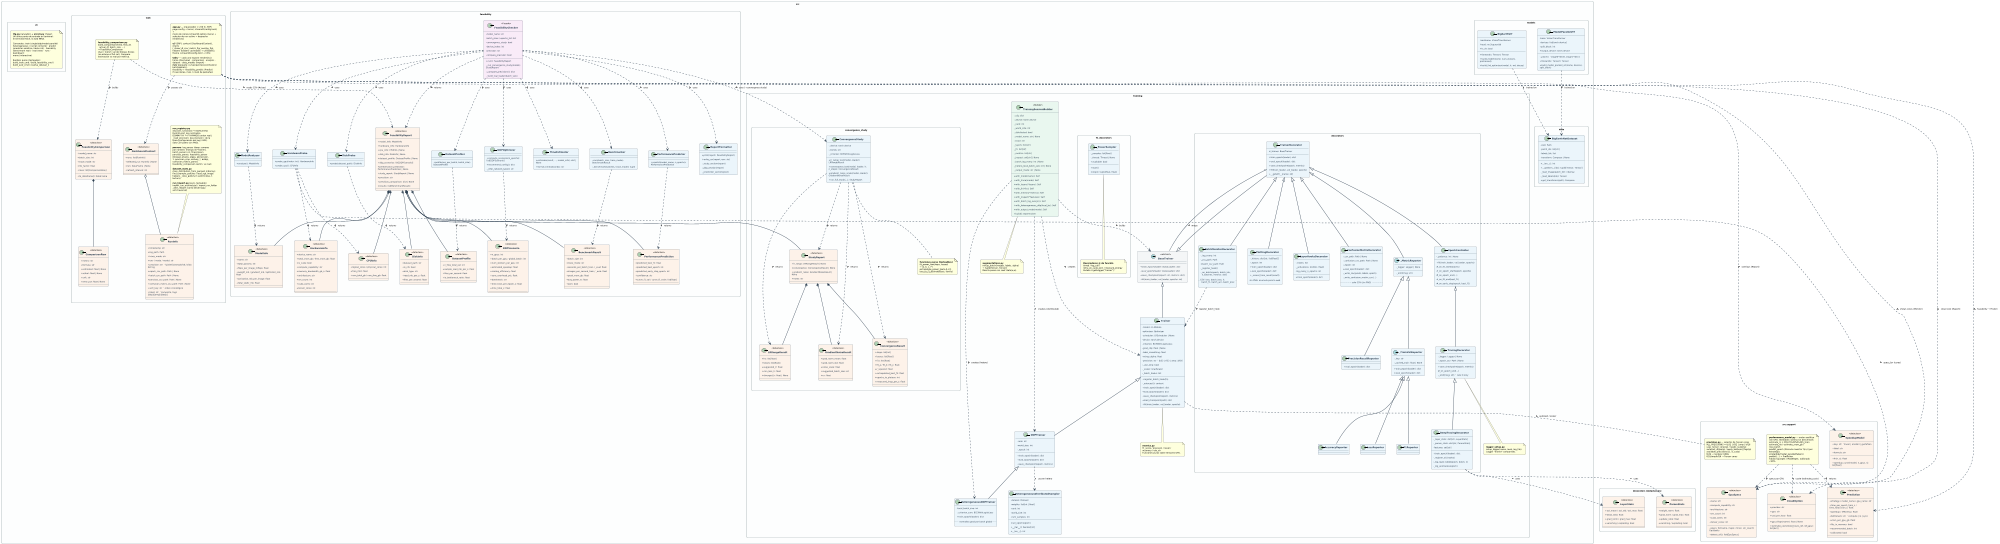
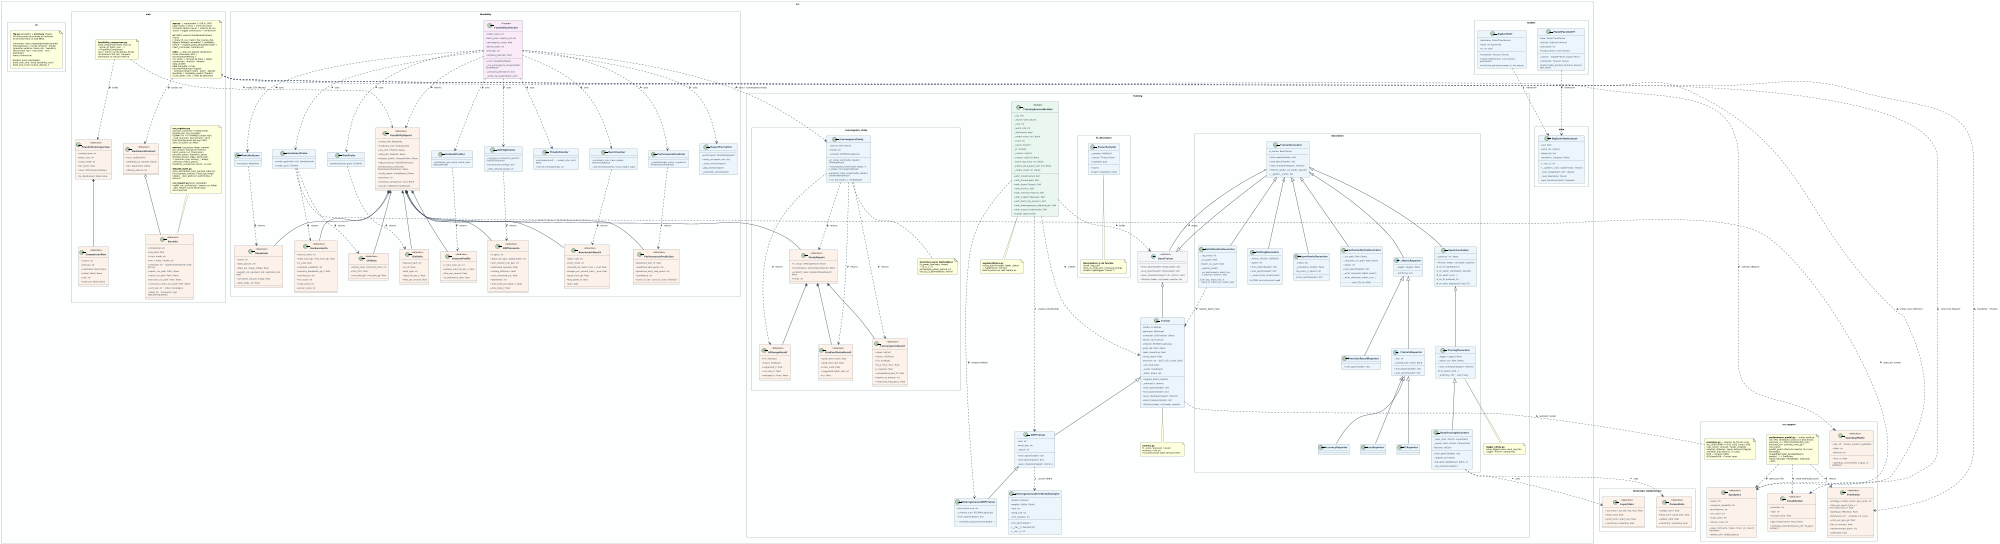
@startuml class_diagram
scale 2000 width
skinparam backgroundColor #FFFFFF
skinparam monochrome false
skinparam classAttributeIconSize 0
skinparam defaultFontName "DejaVu Sans"
skinparam defaultFontSize 9
skinparam classFontStyle bold
skinparam classFontSize 10
skinparam classHeaderBackgroundColor #1A5276
skinparam classBorderColor #2C3E50
skinparam classBackgroundColor #EBF5FB
skinparam arrowColor #2C3E50
skinparam arrowThickness 1.5
skinparam roundCorner 8
skinparam padding 4
skinparam nodesep 50
skinparam ranksep 55
skinparam wrapWidth 200
skinparam packageStyle rectangle
skinparam packageBorderColor #95A5A6
skinparam packageBackgroundColor #FDFEFE

' ════════════════════════════════════════════════════════════════
' PACKAGE: src.training
' ════════════════════════════════════════════════════════════════
package "src.training" #FDFEFE {

  abstract class BaseTrainer <<abstract>> {
    {abstract} + train_epoch(loader: DataLoader): dict
    {abstract} + eval_epoch(loader: DataLoader): dict
    {abstract} + save_checkpoint(epoch: int, metrics: dict)
    {abstract} + fit(train_loader, val_loader, epochs: int)
  }

  class Trainer {
    - model: nn.Module
    - optimizer: Optimizer
    - scheduler: LRScheduler | None
    - device: torch.device
    - criterion: BCEWithLogitsLoss
    - grad_clip: float | None
    - label_smoothing: float
    - mixup_alpha: float
    - precision: str  ' fp32 | tf32 | amp | bf16
    - _use_amp: bool
    - _scaler: GradScaler
    - _batch_hooks: list
    + register_batch_hook(fn)
    - _autocast(): context
    + train_epoch(loader): dict
    + eval_epoch(loader): dict
    + save_checkpoint(epoch, metrics)
    + load_checkpoint(path): dict
    + fit(train_loader, val_loader, epochs)
  }

  class DDPTrainer {
    - rank: int
    - world_size: int
    - _epoch: int
    ' precision reenviada a Trainer
    + train_epoch(loader): dict
    + eval_epoch(loader): dict
    + save_checkpoint(epoch, metrics)
  }

  class HeterogeneousDDPTrainer {
    - local_batch_size: int
    - _criterion_sum: BCEWithLogitsLoss
    + train_epoch(loader): dict
    .. normaliza grad por batch global ..
  }

  class TrainingSessionBuilder <<Builder>> {
    - _cfg: dict
    - _device: torch.device
    - _rank: int
    - _world_size: int
    - _distributed: bool
    - _model_name: str | None
    - _trace: str
    - _layers: list[str]
    - _fn: list[str]
    - _metrics: list[str]
    - _inspect: set[str] | None
    - _batch_log_every: int | None
    - _hetero_local_batch_size: int | None
    - _output_mode: str | None
    + with_model(name): Self
    + with_trace(mode): Self
    + with_layers(*layers): Self
    + with_fn(*fns): Self
    + with_metrics(*metrics): Self
    + with_inspect(*features): Self
    + with_batch_log_every(n): Self
    + with_heterogeneous_ddp(local_bs): Self
    + with_output_mode(mode): Self
    + build(): BaseTrainer
  }

  class HeterogeneousDistributedSampler {
    - dataset: Dataset
    - weights: list[int | float]
    - rank: int
    - world_size: int
    - num_samples: int
    + set_epoch(epoch)
    + __iter__(): Iterator[int]
    + __len__(): int
  }

  note as aug_note
    **augmentations.py**
    mixup_batch(images, labels, alpha)
    → tuple[Tensor, Tensor]
    Mezcla pares con coef. Beta(α,α).
  end note

  note as metrics_note
    **metrics.py**
    f1_score / precision / recall /
    accuracy / eta_str
    Funciones puras sobre tensores GPU.
  end note

  note as logger_note
    **logger_setup.py**
    setup_logger(name, level, log_file)
    Logger "trainer" compartido.
  end note

}

' ════════════════════════════════════════════════════════════════
' PACKAGE: src.training.convergence_study  (estudio empírico v4)
' ════════════════════════════════════════════════════════════════
package "src.training.convergence_study" #FDFEFE {

  class ConvergenceStudy {
    - _device: torch.device
    - _family: str
    - _criterion: BCEWithLogitsLoss
    + lr_range_test(model, loader): LRRangeResult
    + convergence_test(model, loader, lr, n_steps): ConvergenceResult
    + gradient_noise_scale(model, loader): GradientNoiseResult
    + run_full_study(...): StudyReport
  }

  class LRRangeResult <<dataclass>> {
    + lrs: list[float]
    + losses: list[float]
    + suggested_lr: float
    + min_loss_lr: float
    + diverged_lr: float | None
  }

  class ConvergenceResult <<dataclass>> {
    + steps: list[int]
    + losses: list[float]
    + f1s: list[float]
    + fit_a / fit_b / fit_c: float
    + r_squared: float
    + extrapolated_best_f1: float
    + epochs_to_plateau: int
    + measured_imgs_per_s: float
  }

  class GradientNoiseResult <<dataclass>> {
    + grad_norm_mean: float
    + grad_norm_std: float
    + noise_scale: float
    + suggested_batch_size: int
    + cv: float
  }

  class StudyReport <<dataclass>> {
    + lr_range: LRRangeResult | None
    + convergence: ConvergenceResult | None
    + gradient_noise: GradientNoiseResult | None
    + notes: str
  }

  note as fit_note
    **funciones puras (testeables)**
    fit_power_law(steps, losses)
    → (a, b, c, r²)
    extrapolate_power_law(a,b,c,t)
    loss_to_f1_estimate(loss, family)
  end note

}

' ════════════════════════════════════════════════════════════════
' PACKAGE: src.training.decorators
' ════════════════════════════════════════════════════════════════
package "src.training.decorators" #FDFEFE {

  class TrainerDecorator {
    # _trainer: BaseTrainer
    + train_epoch(loader): dict
    + eval_epoch(loader): dict
    + save_checkpoint(epoch, metrics)
    + fit(train_loader, val_loader, epochs)
    + __getattr__(name: str)
  }

  class EpochController {
    - _patience: int | None
    + fit(train_loader, val_loader, epochs)
    # _on_fit_start(epochs)
    # _on_epoch_start(epoch, epochs)
    # _on_epoch_end(...)
    # _on_fit_end(best_f1)
    # _on_early_stop(epoch, best_f1)
  }

  class TracingDecorator {
    - _logger: Logger | None
    - _epoch_csv: Path | None
    + save_checkpoint(epoch, metrics)
    # _on_epoch_end(...)
    - _emit(msg: str)  ' rank 0 only
  }

  class DeepTracingDecorator {
    - _layer_stats: dict[str, LayerStats]
    - _param_stats: dict[str, ParamStats]
    - features: set[str]
    + train_epoch(loader): dict
    - _register_all_hooks()
    - _log_layer_table(epoch, batch, n)
    - _log_anomalies(epoch)
  }

  class PlottingDecorator {
    - _history: dict[str, list[float]]
    - _epoch: int
    + train_epoch(loader): dict
    + eval_epoch(loader): dict
    + _record_train_result(result)
    .. sin PNG: acumula para la web ..
  }

  class LayerHooksDecorator {
    - _hooks: list
    - _activations: dict[str, float]
    - log_every_n_epochs: int
    + train_epoch(loader): dict
  }

  class ConfusionMatrixDecorator {
    - _csv_path: Path | None
    - _confusion_csv_path: Path | None
    - _epoch: int
    + eval_epoch(loader): dict
    - _write_csv(preds, labels, epoch)
    - _write_confusion_matrix_csv(...)
    .. solo CSV (sin PNG) ..
  }

  class BatchMonitorDecorator {
    - _log_every: int
    - _csv_path: Path
    + batch_csv_path: Path
    - _register_hook()
    - _on_batch(epoch, batch_idx,\n  n_batches, metrics: dict)
    .. CSV: loss, batch_loss, lr,\n  batch_f1, batch_acc, batch_prec ..
  }

  abstract class _MetricReporter {
    - _logger: Logger | None
    - _emit(msg: str)
  }

  abstract class _TrainValReporter {
    - _key: str
    - _cached_train: float | None
    + train_epoch(loader): dict
    + eval_epoch(loader): dict
  }

  class LossReporter
  class F1Reporter
  class AccuracyReporter
  class PrecisionRecallReporter {
    + eval_epoch(loader): dict
  }

}

' ════════════════════════════════════════════════════════════════
' PACKAGE: src.training.decorators — dataclasses internas
' ════════════════════════════════════════════════════════════════
package "decorators (dataclasses)" #FDFEFE {

  class LayerStats <<dataclass>> {
    + act_mean / act_std / act_max: float
    + dead_ratio: float
    + grad_norm / grad_max: float
    + vanishing / exploding: bool
  }

  class ParamStats <<dataclass>> {
    + weight_norm: float
    + grad_norm / grad_max: float
    + update_ratio: float
    + vanishing / exploding: bool
  }

}

' ════════════════════════════════════════════════════════════════
' PACKAGE: src.training.fn_decorators
' ════════════════════════════════════════════════════════════════
package "src.training.fn_decorators" #FDFEFE {

  class _PowerSampler {
    - _samples: list[float]
    - _thread: Thread | None
    + available: bool
    + start()
    + stop(): tuple[float, float]
  }

  note as fn_note
    **Decoradores @ de función**
    timed / log_call /
    retry_on_cuda_oom / measure_energy
    Rutean a getLogger("trainer").
  end note

  _PowerSampler .. fn_note

}

' ════════════════════════════════════════════════════════════════
' PACKAGE: src.models / src.data
' ════════════════════════════════════════════════════════════════
package "src.models" #FDFEFE {
  class BigEarthViT {
    - backbone: VisionTransformer
    - head: nn.Sequential
    + is_vit: bool
    + forward(x: Tensor): Tensor
    + build_model(name, num_classes, pretrained)
    + build_llrd_optimizer(model, lr, wd, decay)
  }

  class ModelParallelViT {
    ' paralelismo de modelo (pipeline naive)
    - base: VisionTransformer
    - devices: list[torch.device]
    - split_block: int
    + output_device: torch.device
    - _place()  ' stage0→dev0, stage1→dev1
    + forward(x: Tensor): Tensor
    + build_model_parallel_vit(name, devices, split_block)
  }
}

' ════════════════════════════════════════════════════════════════
' PACKAGE: src (módulos de soporte — feasibility/web)
' ════════════════════════════════════════════════════════════════
package "src.support" as support #FDFEFE {

  class GpuSpecs <<dataclass>> {
    + name: str
    + compute_capability: str
    + architecture: str
    + sm_count: int
    + cuda_cores: int
    + tensor_cores: int
    + specs_for(name, major, minor, sm_count): GpuSpecs
    + detect_all(): list[GpuSpecs]
  }

  class SpeedupModel <<dataclass>> {
    + key: str  ' linear | amdahl | gustafson
    + label: str
    + formula: str
    + fn(n, s): float
    + speedup_curve(model, n_gpus, s): list[float]
  }

  class CloudOption <<dataclass>> {
    + provider: str
    + gpu: str
    + usd_per_hour: float
    + gpu_tflops(name): float | None
    + estimate_costs(total_hours_ref, ref_gpu): list[dict]
  }

  class Prediction <<dataclass>> {
    ' src.performance_model — predictor analítico
    + strategy / model_name / gpu_name: str
    + time_per_epoch_train_s / time_total_train_s: float
    + speedup / efficiency: float
    + bottleneck: str  ' compute | io | sync
    + vram_per_gpu_gb: float
    + fits_in_memory: bool
    + recommended_batch: int
    + calibrated: bool
  }

  note as perfmodel_note
    **performance_model.py** — motor analítico
    (sin GPU, testeable). Estima sin benchmark:
    estimate_rc = MFU·TFLOPS/FLOPs_train
    estimate_rio / estimate_vram_gb / max_batch
    predict_epoch (fórmula maestra T(n,π) por
    estrategia: single/ddp/model_parallel/hetero)
    predict(...) → Prediction
    Tablas GpuSpec / ModelSpec. Calibrado <10%.
  end note

  note as precision_note
    **precision.py** — selector de Tensor cores
    ALL_PRECISIONS = fp32 | tf32 | amp | bf16
    uses_tensor_cores(p) / needs_scaler(p)
    autocast_dtype(p) / apply_backend_flags(p)
    available_precisions(cc, is_cuda)
    fp32 → núcleos CUDA;
    tf32/amp/bf16 → Tensor cores
  end note
}

package "src.data" #FDFEFE {
  class BigEarthNetDataset {
    - root: Path
    - patch_ids: list[str]
    - labels_list: list
    - transform: Compose | None
    + __len__(): int
    + __getitem__(idx): tuple[Tensor, Tensor]
    - _load_image(patch_dir): ndarray
    - _load_labels(idx): Tensor
    + get_transforms(split): Compose
  }
}

' ════════════════════════════════════════════════════════════════
' PACKAGE: src.feasibility (SRP package; scripts/check_feasibility.py is now a thin CLI)
' ════════════════════════════════════════════════════════════════
package "src.feasibility" #FDFEFE {

  class ModelInfo <<dataclass>> {
    + name: str
    + total_params: int
    + flops_per_image_mflops: float
    + weight_mb / gradient_mb / optimizer_mb: float
    + activation_mb_per_image: float
    + total_static_mb: float
  }

  class HardwareInfo <<dataclass>> {
    + device_name: str
    + total_vram_gb / free_vram_gb: float
    + is_cuda: bool
    + compute_capability: str
    + memory_bandwidth_gb_s: float
    + architecture: str
    + sm_count: int
    + cuda_cores: int
    + tensor_cores: int
  }

  class CPUInfo <<dataclass>> {
    + logical_cores / physical_cores: int
    + freq_mhz: float
    + ram_total_gb / ram_free_gb: float
  }

  class DiskInfo <<dataclass>> {
    + dataset_path: str
    + is_nfs: bool
    + disk_type: str
    + read_mb_per_s: float
    + files_per_second: float
  }

  class DatasetProfile <<dataclass>> {
    + n_files_total_est: int
    + sample_read_mb_per_s: float
    + files_per_second: float
    + io_bottleneck_ratio: float
  }

  class DDPScenario <<dataclass>> {
    + n_gpus: int
    + batch_per_gpu / global_batch: int
    + num_workers_per_gpu: int
    + estimated_speedup: float
    + scaling_efficiency: float
    + sync_overhead_pct: float
    + bottleneck: str
    + time_train_per_epoch_s: float
    + time_total_s: float
  }

  class PerformancePrediction <<dataclass>> {
    + predicted_best_f1: float
    + predicted_best_epoch: int
    + predicted_early_stop_epoch: int
    + confidence: str
    + curve_f1_val / curve_f1_train: list[float]
  }

  class BenchmarkResult <<dataclass>> {
    + batch_size: int
    + trace_mode: str
    + seconds_per_batch_train / _eval: float
    + images_per_second_train / _eval: float
    + peak_vram_gb: float
    + avg_power_w: float
    + oom: bool
  }

  class FeasibilityReport <<dataclass>> {
    + model_info: ModelInfo
    + hardware_info: HardwareInfo
    + cpu_info: CPUInfo | None
    + disk_info: DiskInfo | None
    + dataset_profile: DatasetProfile | None
    + ddp_scenarios: list[DDPScenario]
    + performance_prediction: PerformancePrediction | None
    + study_report: StudyReport | None
    + precision: str
    + precision_comparison: dict | None
    + results: list[BenchmarkResult]
  }

  class ModelAnalyzer {
    + analyze(): ModelInfo
  }
  class HardwareProbe {
    + probe_gpu(index: int): HardwareInfo
    + probe_cpu(): CPUInfo
  }
  class DiskProbe {
    + probe(dataset_path): DiskInfo
  }
  class DatasetProfiler {
    + profile(sec_per_batch, batch_size): DatasetProfile
  }
  class Benchmarker {
    + run(batch_size, trace_mode): BenchmarkResult
    - _benchmark(batches, trace_mode): tuple
  }
  class TimeEstimator {
    + estimate(result, ..., model_info): dict | None
    + format_time(seconds): str
  }
  class DDPOptimizer {
    + compute_scenarios(n_epochs): list[DDPScenario]
    + recommend_config(): dict
    - _infer_network_type(): str
  }
  class PerformancePredictor {
    + predict(model_name, n_epochs): PerformancePrediction
  }
  class ReportFormatter {
    + print(report: FeasibilityReport)
    + write_csv(report, env: str)
    - _study_section(report)
    - _ddp_section(report)
    - _prediction_section(pred)
  }
  class FeasibilityChecker <<Facade>> {
    - model_name: str
    - batch_sizes / epochs_list: list
    - convergence_study: bool
    - device_index: int
    - precision: str
    - compare_precision: bool
    + run(): FeasibilityReport
    - _run_convergence_study(model): StudyReport
    - _compare_precisions(): dict
    - _build_real_loader(batch_size)
  }

}

' ════════════════════════════════════════════════════════════════
' PACKAGE: src.web
' ════════════════════════════════════════════════════════════════
package "src.web" #FDFEFE {

  class RunInfo <<dataclass>> {
    + timestamp: str
    + log_path: Path
    + trace_mode: str
    + env / mode / model: str
    + precision: str  ' fp32/tf32/amp/bf16, leída del log
    + epoch_csv_path: Path | None
    + batch_csv_path: Path | None
    + perclass_csv_path: Path | None
    + confusion_matrix_csv_path: Path | None
    + sort_key: str  ' orden cronológico
    + label: str  ' compacto, tags [ddp]/[amp]/[deep]
  }

  class FeasibilityComparison <<dataclass>> {
    + model_name: str
    + batch_size: int
    + trace_mode: str
    + nfs_factor: float
    + rows: list[ComparisonRow]
    + to_dataframe(): DataFrame
  }

  class ComparisonRow <<dataclass>> {
    + metric: str
    + formula: str
    + estimated: float | None
    + actual: float | None
    + unit: str
    + error_pct: float | None
  }

  note as cmp_note
    **feasibility_comparison.py**
    build_comparison(meta, feas_df,
      actual_df, batch_size, ...)
    → FeasibilityComparison
    Usa n_train/n_val del bloque #sizes
    (no asume el full set). Compara
    estimación vs real por métrica.
  end note

  class DashboardContext <<dataclass>> {
    ' src.web.ui.context — estado compartido (ctx)
    + runs: list[RunInfo]
    + selected_run: RunInfo | None
    + run: DataFrame | None
    + refresh_interval: int
  }

  note as web_note
    **run_registry.py**
    discover_runs(root) → list[RunInfo]
    RunInfo.sort_key normaliza
    DDMMYYYY → YYYYMMDD (orden real).
    _read_precision: lee precision= de la
    línea Configuración del log (4 KB).
    Solo CSV paths (sin PNG).

    **parsers**: log_parser (deep: campos
    por nombre; energía \w*Trainer),
    batch_parser (v3: f1/acc/prec),
    perclass_parser, feasibility_parser
    (bloques #sizes, #gpu, #precision,
    #precision_cmp, #study_*, #ddp),
    confusion_matrix_parser,
    feasibility_comparison (estim. vs real)

    **dataset_stats.py**
    class_distribution_from_parquet (ndarray)
    find_example_patches / load_rgb_image
    helpers._class_gallery (1 patch/clase, 1 lectura)

    **run_import.py** (puro, testeable)
    import_run_archive(zip) / import_run_folder
    _dest_relpath (corta desde logs/, anti-traversal)
  end note

  note as web_arch_note
    **app.py** — orquestador (~220 ln, SRP)
-     page config + tema (.streamlit/config.toml) +
-     menú de iconos (streamlit-option-menu) +
-     selector de run activo → despacha render(ctx)
+     page config + tema + menú de iconos
+     (streamlit-option-menu) + selector de run
+     activo + toggle claro/oscuro → render(ctx)

    **ui/** (SRP): context (DashboardContext),
    charts (_show/_dl_csv/_metric_fig/_overlay_fig),
    helpers (loaders cacheados + utilidades),
-     theme (.streamlit/config.toml + CSS)
+     theme — register_plotly_template(mode) +
+     inject_css(mode): claro/oscuro

    **tabs/** — cada uno expone render(ctx):
-     home (Overview) · comparison · analysis ·
-     dataset · data_models (Import) ·
-     **run/** (paquete: curves/perclass/confusions/
-     batch/details) ·
+     home (Overview: KPIs + barras/tarta/treemap +
+     run activo + carrusel de fotos + tabla) ·
+     comparison · analysis · dataset · data_models ·
+     **run/** (paquete: curves · perclass=heatmap+support
+     · confusions=top+matriz · batch · details) ·
    feasibility + feasibility_predict (Predict)
    (5 secciones, máx. 1 nivel de pestañas)
  end note

}

' ════════════════════════════════════════════════════════════════
' PACKAGE: src.cli (CLI unificado tipo `tfg <comando>`)
' ════════════════════════════════════════════════════════════════
package "src.cli" #FDFEFE {
  note as cli_note
    **tfg.py** (lanzador) + **src/cli.py** (Typer)
    Un único punto de entrada en terminal:
    el terminal HACE, la web MIRA.

    Comandos: train (single/ddp/model-parallel/
    heterogeneous → script correcto) · predict
    (predictor analítico, tabla rich) · feasibility
    (benchmark real) · eval (test) · runs · dashboard ·
    menu (interactivo)

    Builders puros (testeados):
    build_train_cmd / build_feasibility_cmd /
    build_eval_cmd / resolve_dataset_n
  end note
}

' ════════════════════════════════════════════════════════════════
' RELACIONES DE HERENCIA
' ════════════════════════════════════════════════════════════════

BaseTrainer <|-- Trainer
Trainer <|-- DDPTrainer
DDPTrainer <|-- HeterogeneousDDPTrainer
BaseTrainer <|-- TrainerDecorator

TrainerDecorator <|-- EpochController
TrainerDecorator <|-- PlottingDecorator
TrainerDecorator <|-- LayerHooksDecorator
TrainerDecorator <|-- ConfusionMatrixDecorator
TrainerDecorator <|-- BatchMonitorDecorator
TrainerDecorator <|-- _MetricReporter

EpochController <|-- TracingDecorator
TracingDecorator <|-- DeepTracingDecorator

_MetricReporter <|-- _TrainValReporter
_MetricReporter <|-- PrecisionRecallReporter
_TrainValReporter <|-- LossReporter
_TrainValReporter <|-- F1Reporter
_TrainValReporter <|-- AccuracyReporter

' ════════════════════════════════════════════════════════════════
' RELACIONES DE COMPOSICIÓN / DEPENDENCIA
' ════════════════════════════════════════════════════════════════

TrainerDecorator o-- BaseTrainer : wraps >

TrainingSessionBuilder ..> BaseTrainer : builds >
TrainingSessionBuilder ..> Trainer : creates >
TrainingSessionBuilder ..> DDPTrainer : creates (distributed) >
TrainingSessionBuilder ..> HeterogeneousDDPTrainer : creates (hetero) >
TrainingSessionBuilder ..> aug_note : uses >

DDPTrainer ..> HeterogeneousDistributedSampler : usa en hetero >

DeepTracingDecorator ..> LayerStats : uses >
DeepTracingDecorator ..> ParamStats : uses >
BatchMonitorDecorator ..> Trainer : register_batch_hook >

ConvergenceStudy ..> LRRangeResult : returns >
ConvergenceStudy ..> ConvergenceResult : returns >
ConvergenceStudy ..> GradientNoiseResult : returns >
ConvergenceStudy ..> StudyReport : returns >
ConvergenceStudy .. fit_note
StudyReport *-- LRRangeResult
StudyReport *-- ConvergenceResult
StudyReport *-- GradientNoiseResult

FeasibilityChecker ..> ModelAnalyzer : uses >
FeasibilityChecker ..> HardwareProbe : uses >
FeasibilityChecker ..> DiskProbe : uses >
FeasibilityChecker ..> DatasetProfiler : uses >
FeasibilityChecker ..> Benchmarker : uses >
FeasibilityChecker ..> TimeEstimator : uses >
FeasibilityChecker ..> DDPOptimizer : uses >
FeasibilityChecker ..> PerformancePredictor : uses >
FeasibilityChecker ..> ReportFormatter : uses >
FeasibilityChecker ..> ConvergenceStudy : uses (--convergence-study) >

ModelAnalyzer ..> ModelInfo : returns >
HardwareProbe ..> HardwareInfo : returns >
HardwareProbe ..> GpuSpecs : specs_for (cores) >
HardwareProbe ..> CPUInfo : returns >
DiskProbe ..> DiskInfo : returns >
DatasetProfiler ..> DatasetProfile : returns >
Benchmarker ..> BenchmarkResult : returns >
DDPOptimizer ..> DDPScenario : returns >
PerformancePredictor ..> PerformancePrediction : returns >
FeasibilityChecker ..> FeasibilityReport : returns >

FeasibilityReport *-- ModelInfo
FeasibilityReport *-- HardwareInfo
FeasibilityReport *-- CPUInfo
FeasibilityReport *-- DiskInfo
FeasibilityReport *-- DatasetProfile
FeasibilityReport *-- DDPScenario
FeasibilityReport *-- PerformancePrediction
FeasibilityReport *-- BenchmarkResult
FeasibilityReport o-- StudyReport

BigEarthViT ..> BigEarthNetDataset : trained on >
ModelParallelViT ..> BigEarthNetDataset : trained on >

Trainer ..> metrics_note : uses >
Trainer ..> precision_note : autocast / scaler >
TracingDecorator ..> logger_note : uses >
web_note ..> RunInfo : creates >

' ── web modular (SRP): orquestador + ui/ + tabs/ ──
web_arch_note ..> DashboardContext : passes ctx >
DashboardContext o-- RunInfo
web_arch_note ..> SpeedupModel : overlays (Report) >
web_arch_note ..> CloudOption : cloud cost (Report) >
web_arch_note ..> GpuSpecs : shows cores (Monitor) >
web_arch_note ..> Prediction : Feasibility → Predict >
perfmodel_note ..> Prediction : returns >
perfmodel_note ..> GpuSpecs : specs por GPU >
perfmodel_note ..> CloudOption : coste (estimate_costs) >

FeasibilityComparison *-- ComparisonRow
cmp_note ..> FeasibilityComparison : builds >
cmp_note ..> FeasibilityReport : reads CSV (#sizes) >

' ════════════════════════════════════════════════════════════════
' ESTILOS POR TIPO
' ════════════════════════════════════════════════════════════════

skinparam class {
  HeaderBackgroundColor #1A5276
  BackgroundColor #EBF5FB
  BorderColor #2C3E50
  FontColor #FFFFFF
  AttributeFontColor #2C3E50
}

skinparam class<<abstract>> {
  HeaderBackgroundColor #1B2631
  BackgroundColor #F4F6F7
}

skinparam class<<dataclass>> {
  HeaderBackgroundColor #6E2F04
  BackgroundColor #FDF2E9
}

skinparam class<<Facade>> {
  HeaderBackgroundColor #512E5F
  BackgroundColor #F9EBF8
}

skinparam class<<Builder>> {
  HeaderBackgroundColor #145A32
  BackgroundColor #E9F7EF
}

@enduml
